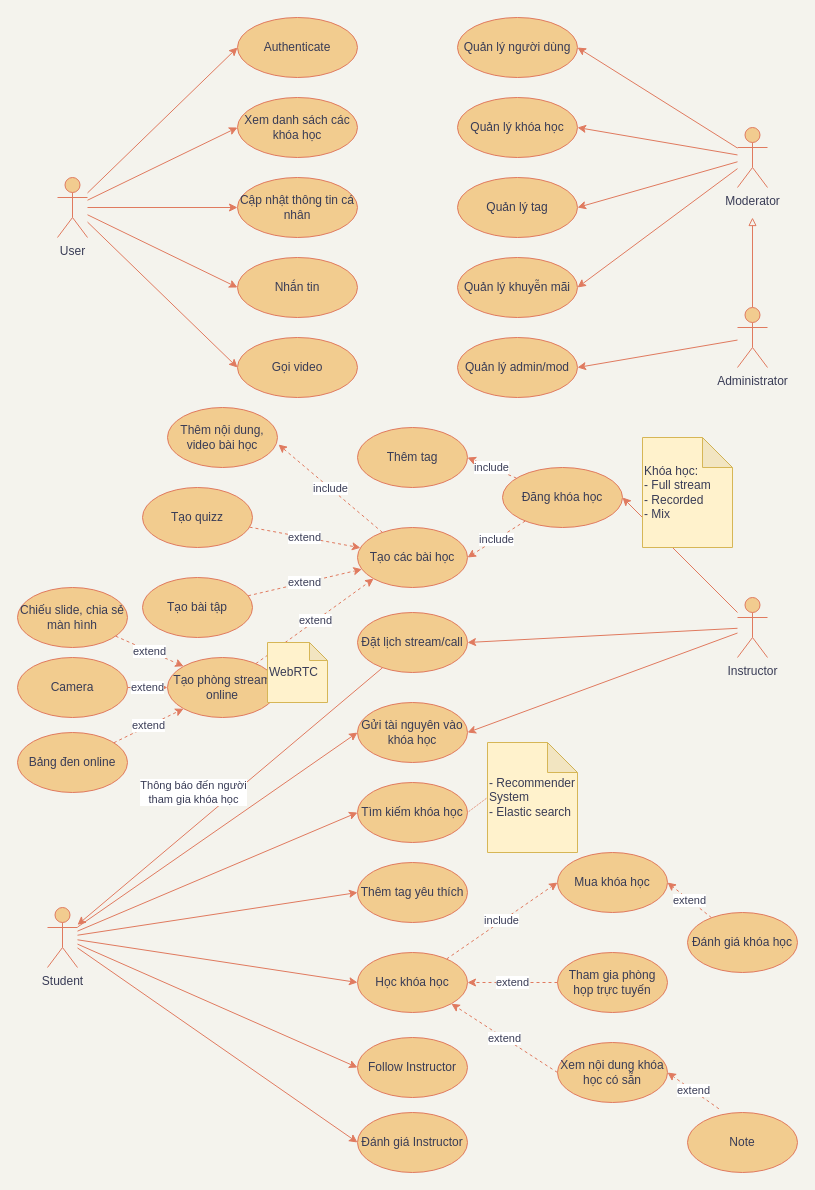
SownBanana/HUST-graduate-project keeps this draw.io diagram as page "usecase" (1 of 3) of docs/overview.drawio. Above is the earlier version. Source tidied: cells renumbered, new cells numbered last; positions are measured from the earlier drawing's top-left corner, leaving out a move shared by most shapes. Both pictures are drawn from the tidied source at 100%, with x=0, y=0 at pixel (17, 17).
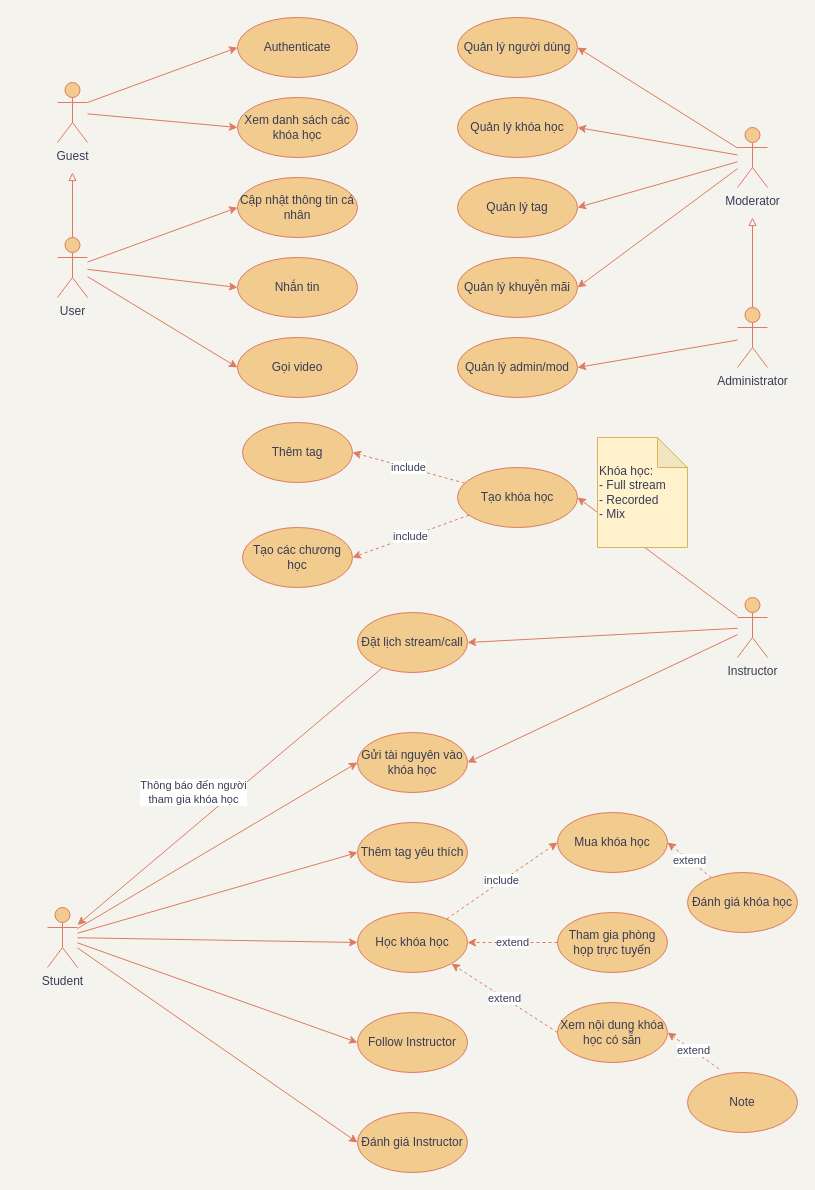
Above is the later version.

The change refers to these unchanged cells:
```xml
<mxCell id="12" value="Student" style="shape=umlActor;verticalLabelPosition=bottom;verticalAlign=top;html=1;outlineConnect=0;fillColor=#F2CC8F;strokeColor=#E07A5F;fontColor=#393C56;" parent="1" vertex="1">
  <mxGeometry x="30" y="890" width="30" height="60" as="geometry" />
</mxCell>
<mxCell id="13" value="Authenticate" style="ellipse;whiteSpace=wrap;html=1;fillColor=#F2CC8F;strokeColor=#E07A5F;fontColor=#393C56;" parent="1" vertex="1">
  <mxGeometry x="220" width="120" height="60" as="geometry" />
</mxCell>
<mxCell id="20" value="Xem danh sách các khóa học" style="ellipse;whiteSpace=wrap;html=1;fillColor=#F2CC8F;strokeColor=#E07A5F;fontColor=#393C56;" parent="1" vertex="1">
  <mxGeometry x="220" y="80" width="120" height="60" as="geometry" />
</mxCell>
```

Diff of the diagram source:
```diff
@@
-    <mxCell id="11" style="edgeStyle=none;rounded=0;jettySize=auto;html=1;entryX=0;entryY=0.5;entryDx=0;entryDy=0;strokeColor=#E07A5F;fontColor=#393C56;" parent="1" edge="1" source="12" target="67">
-      <mxGeometry relative="1" as="geometry" />
-    </mxCell>
@@
-    <mxCell id="14" style="jettySize=auto;html=1;entryX=0;entryY=0.5;entryDx=0;entryDy=0;strokeColor=#E07A5F;fontColor=#393C56;labelBackgroundColor=#F4F1DE;" parent="1" edge="1" source="19" target="13">
+    <mxCell id="14" style="jettySize=auto;html=1;entryX=0;entryY=0.5;entryDx=0;entryDy=0;strokeColor=#E07A5F;fontColor=#393C56;labelBackgroundColor=#F4F1DE;exitX=1;exitY=0.3333333333333333;exitDx=0;exitDy=0;exitPerimeter=0;" parent="1" edge="1" source="78" target="13">
       <mxGeometry relative="1" as="geometry" />
     </mxCell>
-    <mxCell id="15" style="edgeStyle=none;jettySize=auto;html=1;entryX=0;entryY=0.5;entryDx=0;entryDy=0;strokeColor=#E07A5F;fontColor=#393C56;labelBackgroundColor=#F4F1DE;" parent="1" edge="1" source="19" target="20">
+    <mxCell id="15" style="edgeStyle=none;jettySize=auto;html=1;entryX=0;entryY=0.5;entryDx=0;entryDy=0;strokeColor=#E07A5F;fontColor=#393C56;labelBackgroundColor=#F4F1DE;" parent="1" edge="1" source="78" target="20">
       <mxGeometry relative="1" as="geometry" />
     </mxCell>
@@
     <mxCell id="19" value="User" style="shape=umlActor;verticalLabelPosition=bottom;verticalAlign=top;html=1;outlineConnect=0;fillColor=#F2CC8F;strokeColor=#E07A5F;fontColor=#393C56;" parent="1" vertex="1">
-      <mxGeometry x="40" y="160" width="30" height="60" as="geometry" />
+      <mxGeometry x="40" y="220" width="30" height="60" as="geometry" />
     </mxCell>
@@
-    <mxCell id="26" value="Đăng khóa học" style="ellipse;whiteSpace=wrap;html=1;fillColor=#F2CC8F;strokeColor=#E07A5F;fontColor=#393C56;" parent="1" vertex="1">
-      <mxGeometry x="485" y="450" width="120" height="60" as="geometry" />
+    <mxCell id="26" value="Tạo khóa học" style="ellipse;whiteSpace=wrap;html=1;fillColor=#F2CC8F;strokeColor=#E07A5F;fontColor=#393C56;" parent="1" vertex="1">
+      <mxGeometry x="440" y="450" width="120" height="60" as="geometry" />
     </mxCell>
@@
-    <mxCell id="40" value="include" style="edgeStyle=none;rounded=1;sketch=0;jettySize=auto;html=1;entryX=1.009;entryY=0.617;entryDx=0;entryDy=0;entryPerimeter=0;dashed=1;strokeColor=#E07A5F;fillColor=#F2CC8F;fontColor=#393C56;" parent="1" edge="1" source="41" target="44">
-      <mxGeometry relative="1" as="geometry" />
-    </mxCell>
-    <mxCell id="41" value="Tạo các bài học" style="ellipse;whiteSpace=wrap;html=1;rounded=0;sketch=0;strokeColor=#E07A5F;fillColor=#F2CC8F;fontColor=#393C56;" parent="1" vertex="1">
-      <mxGeometry x="340" y="510" width="110" height="60" as="geometry" />
+    <mxCell id="41" value="Tạo các chương học" style="ellipse;whiteSpace=wrap;html=1;rounded=0;sketch=0;strokeColor=#E07A5F;fillColor=#F2CC8F;fontColor=#393C56;" parent="1" vertex="1">
+      <mxGeometry x="225" y="510" width="110" height="60" as="geometry" />
     </mxCell>
-    <mxCell id="42" value="extend" style="edgeStyle=none;rounded=1;sketch=0;jettySize=auto;html=1;dashed=1;strokeColor=#E07A5F;fillColor=#F2CC8F;fontColor=#393C56;" parent="1" edge="1" source="43" target="41">
-      <mxGeometry relative="1" as="geometry" />
-    </mxCell>
-    <mxCell id="43" value="Tạo quizz" style="ellipse;whiteSpace=wrap;html=1;rounded=0;sketch=0;strokeColor=#E07A5F;fillColor=#F2CC8F;fontColor=#393C56;" parent="1" vertex="1">
-      <mxGeometry x="125" y="470" width="110" height="60" as="geometry" />
-    </mxCell>
-    <mxCell id="44" value="Thêm nội dung, video bài học" style="ellipse;whiteSpace=wrap;html=1;rounded=0;sketch=0;strokeColor=#E07A5F;fillColor=#F2CC8F;fontColor=#393C56;" parent="1" vertex="1">
-      <mxGeometry x="150" y="390" width="110" height="60" as="geometry" />
-    </mxCell>
-    <mxCell id="45" value="extend" style="rounded=0;jettySize=auto;html=1;entryX=0;entryY=1;entryDx=0;entryDy=0;dashed=1;strokeColor=#E07A5F;fontColor=#393C56;" parent="1" edge="1" source="46" target="41">
-      <mxGeometry relative="1" as="geometry" />
-    </mxCell>
-    <mxCell id="46" value="Tạo phòng stream online" style="ellipse;whiteSpace=wrap;html=1;rounded=0;sketch=0;strokeColor=#E07A5F;fillColor=#F2CC8F;fontColor=#393C56;" parent="1" vertex="1">
-      <mxGeometry x="150" y="640" width="110" height="60" as="geometry" />
-    </mxCell>
@@
     <mxCell id="49" value="Gửi tài nguyên vào khóa học" style="ellipse;whiteSpace=wrap;html=1;rounded=0;sketch=0;strokeColor=#E07A5F;fillColor=#F2CC8F;fontColor=#393C56;" parent="1" vertex="1">
-      <mxGeometry x="340" y="685" width="110" height="60" as="geometry" />
+      <mxGeometry x="340" y="715" width="110" height="60" as="geometry" />
     </mxCell>
     <mxCell id="50" value="Mua khóa học" style="ellipse;whiteSpace=wrap;html=1;rounded=0;sketch=0;strokeColor=#E07A5F;fillColor=#F2CC8F;fontColor=#393C56;" parent="1" vertex="1">
-      <mxGeometry x="540" y="835" width="110" height="60" as="geometry" />
+      <mxGeometry x="540" y="795" width="110" height="60" as="geometry" />
     </mxCell>
@@
     <mxCell id="52" value="Đánh giá khóa học" style="ellipse;whiteSpace=wrap;html=1;rounded=0;sketch=0;strokeColor=#E07A5F;fillColor=#F2CC8F;fontColor=#393C56;" parent="1" vertex="1">
-      <mxGeometry x="670" y="895" width="110" height="60" as="geometry" />
+      <mxGeometry x="670" y="855" width="110" height="60" as="geometry" />
     </mxCell>
@@
     <mxCell id="54" value="Follow Instructor" style="ellipse;whiteSpace=wrap;html=1;rounded=0;sketch=0;strokeColor=#E07A5F;fillColor=#F2CC8F;fontColor=#393C56;" parent="1" vertex="1">
-      <mxGeometry x="340" y="1020" width="110" height="60" as="geometry" />
+      <mxGeometry x="340" y="995" width="110" height="60" as="geometry" />
     </mxCell>
     <mxCell id="55" value="Thêm tag yêu thích" style="ellipse;whiteSpace=wrap;html=1;rounded=0;sketch=0;strokeColor=#E07A5F;fillColor=#F2CC8F;fontColor=#393C56;" parent="1" vertex="1">
-      <mxGeometry x="340" y="845" width="110" height="60" as="geometry" />
+      <mxGeometry x="340" y="805" width="110" height="60" as="geometry" />
     </mxCell>
@@
     <mxCell id="57" value="Học khóa học" style="ellipse;whiteSpace=wrap;html=1;rounded=0;sketch=0;strokeColor=#E07A5F;fillColor=#F2CC8F;fontColor=#393C56;" parent="1" vertex="1">
-      <mxGeometry x="340" y="935" width="110" height="60" as="geometry" />
+      <mxGeometry x="340" y="895" width="110" height="60" as="geometry" />
     </mxCell>
     <mxCell id="58" value="Khóa học:&lt;br&gt;- Full stream&lt;br&gt;- Recorded&lt;br&gt;- Mix" style="shape=note;whiteSpace=wrap;html=1;backgroundOutline=1;darkOpacity=0.05;rounded=0;sketch=0;strokeColor=#d6b656;fillColor=#fff2cc;align=left;fontColor=#393C56;" parent="1" vertex="1">
-      <mxGeometry x="625" y="420" width="90" height="110" as="geometry" />
+      <mxGeometry x="580" y="420" width="90" height="110" as="geometry" />
     </mxCell>
@@
     <mxCell id="60" value="Tham gia phòng họp trực tuyến" style="ellipse;whiteSpace=wrap;html=1;rounded=0;sketch=0;strokeColor=#E07A5F;fillColor=#F2CC8F;fontColor=#393C56;" parent="1" vertex="1">
-      <mxGeometry x="540" y="935" width="110" height="60" as="geometry" />
+      <mxGeometry x="540" y="895" width="110" height="60" as="geometry" />
     </mxCell>
     <mxCell id="61" value="Thêm tag" style="ellipse;whiteSpace=wrap;html=1;rounded=0;sketch=0;strokeColor=#E07A5F;fillColor=#F2CC8F;fontColor=#393C56;" parent="1" vertex="1">
-      <mxGeometry x="340" y="410" width="110" height="60" as="geometry" />
+      <mxGeometry x="225" y="405" width="110" height="60" as="geometry" />
     </mxCell>
     <mxCell id="62" value="Xem nội dung khóa học có sẵn" style="ellipse;whiteSpace=wrap;html=1;rounded=0;sketch=0;strokeColor=#E07A5F;fillColor=#F2CC8F;fontColor=#393C56;" parent="1" vertex="1">
-      <mxGeometry x="540" y="1025" width="110" height="60" as="geometry" />
+      <mxGeometry x="540" y="985" width="110" height="60" as="geometry" />
     </mxCell>
@@
     <mxCell id="64" value="Note" style="ellipse;whiteSpace=wrap;html=1;rounded=0;sketch=0;strokeColor=#E07A5F;fillColor=#F2CC8F;fontColor=#393C56;" parent="1" vertex="1">
-      <mxGeometry x="670" y="1095" width="110" height="60" as="geometry" />
+      <mxGeometry x="670" y="1055" width="110" height="60" as="geometry" />
     </mxCell>
     <mxCell id="65" value="extend" style="edgeStyle=none;rounded=1;sketch=0;jettySize=auto;html=1;entryX=1;entryY=0.5;entryDx=0;entryDy=0;dashed=1;strokeColor=#E07A5F;fillColor=#F2CC8F;fontColor=#393C56;" parent="1" edge="1" target="62">
       <mxGeometry relative="1" as="geometry">
-        <mxPoint x="701.4" y="1091.3" as="sourcePoint" />
+        <mxPoint x="701.4" y="1051.3" as="sourcePoint" />
       </mxGeometry>
     </mxCell>
-    <mxCell id="66" style="edgeStyle=none;rounded=0;jettySize=auto;html=1;exitX=1;exitY=0.5;exitDx=0;exitDy=0;entryX=0;entryY=0.5;entryDx=0;entryDy=0;entryPerimeter=0;strokeColor=#E07A5F;fontColor=#393C56;endArrow=none;endFill=0;dashed=1;dashPattern=1 1;" parent="1" edge="1" source="67" target="68">
-      <mxGeometry relative="1" as="geometry" />
-    </mxCell>
-    <mxCell id="67" value="Tìm kiếm khóa học" style="ellipse;whiteSpace=wrap;html=1;rounded=0;sketch=0;strokeColor=#E07A5F;fillColor=#F2CC8F;fontColor=#393C56;" parent="1" vertex="1">
-      <mxGeometry x="340" y="765" width="110" height="60" as="geometry" />
-    </mxCell>
-    <mxCell id="68" value="- Recommender System&lt;br&gt;- Elastic search" style="shape=note;whiteSpace=wrap;html=1;backgroundOutline=1;darkOpacity=0.05;rounded=0;sketch=0;strokeColor=#d6b656;fillColor=#fff2cc;align=left;fontColor=#393C56;" parent="1" vertex="1">
-      <mxGeometry x="470" y="725" width="90" height="110" as="geometry" />
-    </mxCell>
-    <mxCell id="69" value="extend" style="edgeStyle=none;rounded=1;sketch=0;jettySize=auto;html=1;dashed=1;strokeColor=#E07A5F;fillColor=#F2CC8F;fontColor=#393C56;" parent="1" edge="1" source="70" target="41">
-      <mxGeometry relative="1" as="geometry" />
-    </mxCell>
-    <mxCell id="70" value="Tạo bài tập" style="ellipse;whiteSpace=wrap;html=1;rounded=0;sketch=0;strokeColor=#E07A5F;fillColor=#F2CC8F;fontColor=#393C56;" parent="1" vertex="1">
-      <mxGeometry x="125" y="560" width="110" height="60" as="geometry" />
-    </mxCell>
-    <mxCell id="71" value="WebRTC" style="shape=note;whiteSpace=wrap;html=1;backgroundOutline=1;darkOpacity=0.05;rounded=0;sketch=0;strokeColor=#d6b656;fillColor=#fff2cc;align=left;fontColor=#393C56;size=18;" parent="1" vertex="1">
-      <mxGeometry x="250" y="625" width="60" height="60" as="geometry" />
-    </mxCell>
-    <mxCell id="72" value="extend" style="rounded=0;jettySize=auto;html=1;entryX=0;entryY=0;entryDx=0;entryDy=0;dashed=1;strokeColor=#E07A5F;fontColor=#393C56;" parent="1" edge="1" source="73" target="46">
-      <mxGeometry relative="1" as="geometry" />
-    </mxCell>
-    <mxCell id="73" value="Chiếu slide, chia sẻ màn hình" style="ellipse;whiteSpace=wrap;html=1;rounded=0;sketch=0;strokeColor=#E07A5F;fillColor=#F2CC8F;fontColor=#393C56;" parent="1" vertex="1">
-      <mxGeometry y="570" width="110" height="60" as="geometry" />
-    </mxCell>
-    <mxCell id="74" value="extend" style="rounded=0;jettySize=auto;html=1;entryX=0;entryY=0.5;entryDx=0;entryDy=0;dashed=1;strokeColor=#E07A5F;fontColor=#393C56;" parent="1" edge="1" source="75" target="46">
-      <mxGeometry relative="1" as="geometry" />
-    </mxCell>
-    <mxCell id="75" value="Camera" style="ellipse;whiteSpace=wrap;html=1;rounded=0;sketch=0;strokeColor=#E07A5F;fillColor=#F2CC8F;fontColor=#393C56;" parent="1" vertex="1">
-      <mxGeometry y="640" width="110" height="60" as="geometry" />
-    </mxCell>
-    <mxCell id="76" value="extend" style="rounded=0;jettySize=auto;html=1;dashed=1;strokeColor=#E07A5F;fontColor=#393C56;entryX=0;entryY=1;entryDx=0;entryDy=0;" parent="1" edge="1" source="77" target="46">
-      <mxGeometry relative="1" as="geometry" />
-    </mxCell>
-    <mxCell id="77" value="Bảng đen online" style="ellipse;whiteSpace=wrap;html=1;rounded=0;sketch=0;strokeColor=#E07A5F;fillColor=#F2CC8F;fontColor=#393C56;" parent="1" vertex="1">
-      <mxGeometry y="715" width="110" height="60" as="geometry" />
-    </mxCell>
+    <mxCell id="78" value="Guest" style="shape=umlActor;verticalLabelPosition=bottom;verticalAlign=top;html=1;outlineConnect=0;fillColor=#F2CC8F;strokeColor=#E07A5F;fontColor=#393C56;" parent="1" vertex="1">
+      <mxGeometry x="40" y="65" width="30" height="60" as="geometry" />
+    </mxCell>
+    <mxCell id="79" style="jettySize=auto;html=1;strokeColor=#E07A5F;fontColor=#393C56;labelBackgroundColor=#F4F1DE;exitX=0.5;exitY=0;exitDx=0;exitDy=0;exitPerimeter=0;endArrow=block;endFill=0;" parent="1" edge="1" source="19">
+      <mxGeometry relative="1" as="geometry">
+        <mxPoint x="55" y="155" as="targetPoint" />
+      </mxGeometry>
+    </mxCell>
```
